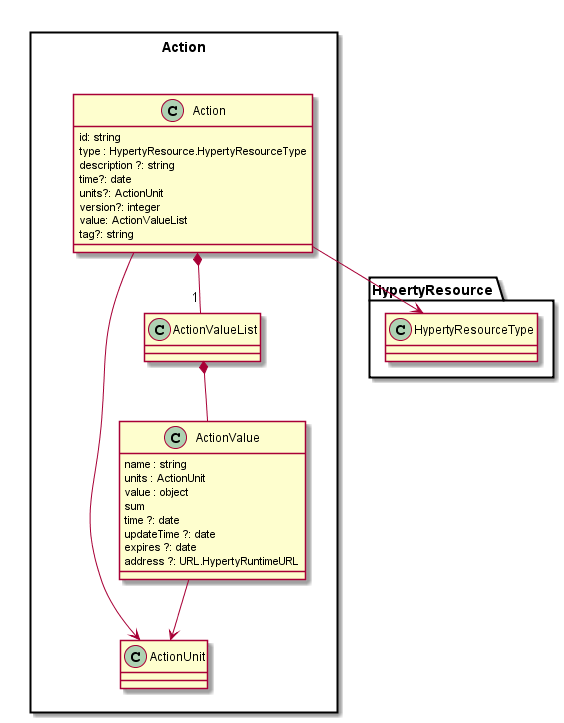
Before: docs/datamodel/data-objects/action/action.png, a diagram exported from PlantUML (reTHINK-project/dev-service-framework). Source of this version:
```plantuml
@startuml "../../docs/datamodel/data-objects/action/action.png"

package Action <<Rect>> {

	class Action {
		id: string
		type : HypertyResource.HypertyResourceType
		description ?: string
		time?: date
		units?: ActionUnit
		version?: integer
		value: ActionValueList
		tag?: string
	}

	class ActionUnit {

	}

	class ActionValueList {

	}

	class ActionValue {
		name : string
		units : ActionUnit
		value : object
		sum
		time ?: date
		updateTime ?: date
		expires ?: date
		address ?: URL.HypertyRuntimeURL
	}


	Action *-- "1" ActionValueList

	Action --> HypertyResource.HypertyResourceType
	Action --> ActionUnit
	ActionValue --> ActionUnit

	ActionValueList *-- ActionValue

}

@enduml
```
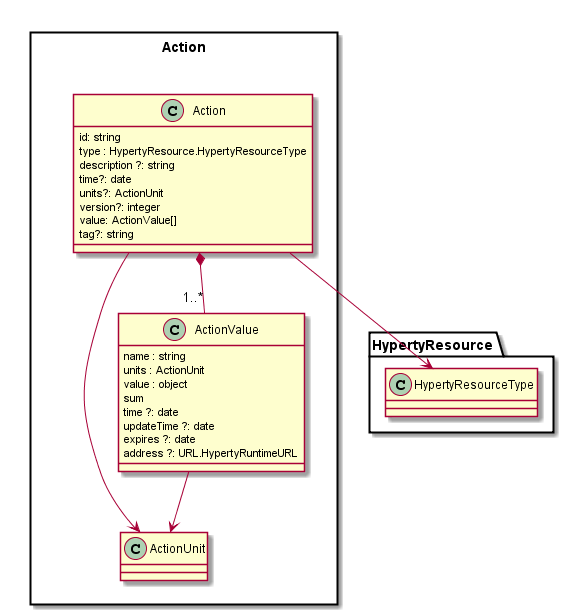
Above is the later version.

Commit message:
small update on action and context data mpdels

Change to the diagram source:
```diff
@@ -9,7 +9,7 @@
 		time?: date
 		units?: ActionUnit
 		version?: integer
-		value: ActionValueList
+		value: ActionValue[]
 		tag?: string
 	}
 
@@ -17,9 +17,6 @@
 
 	}
 
-	class ActionValueList {
-
-	}
 
 	class ActionValue {
 		name : string
@@ -33,13 +30,12 @@
 	}
 
 
-	Action *-- "1" ActionValueList
+	Action *-- "1..*" ActionValue
 
 	Action --> HypertyResource.HypertyResourceType
 	Action --> ActionUnit
 	ActionValue --> ActionUnit
 
-	ActionValueList *-- ActionValue
 
 }
 
```
